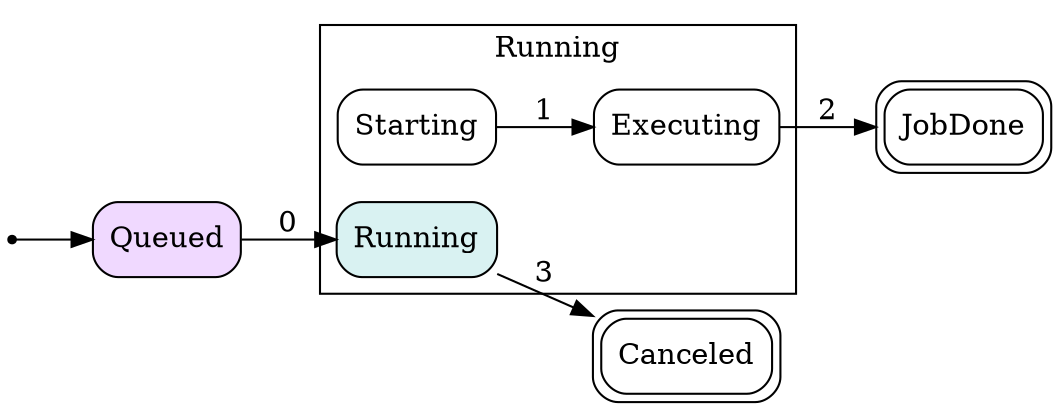
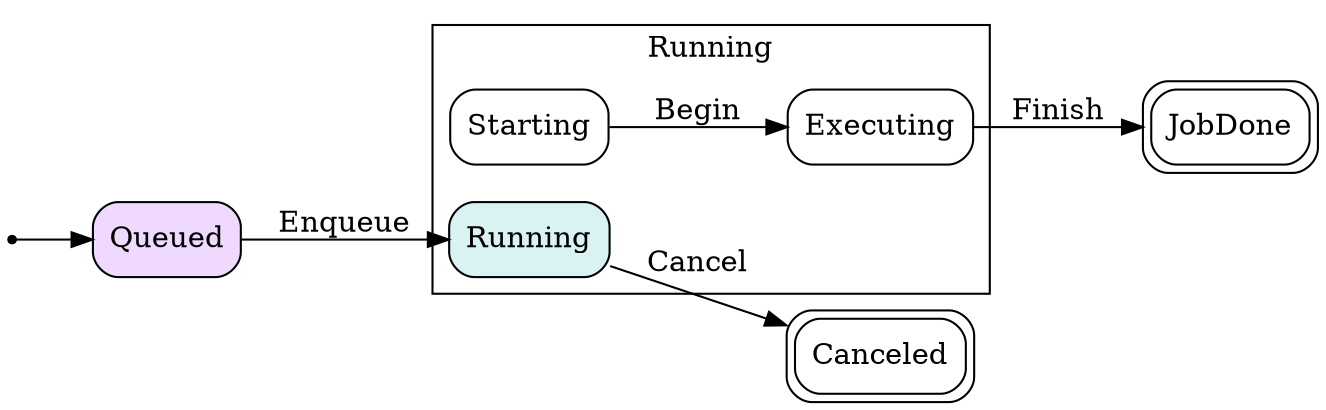
digraph "job" {
    rankdir=LR;
    node [shape=box, style=rounded];
    __start [shape=point];
    __start -> "Queued";
    "Queued" [style="rounded,filled", fillcolor="#f0d9ff"];
    subgraph cluster_0 {
        label="Running";
        "Running" [style="rounded,filled", fillcolor="#d9f2f2"];
        "Starting";
        "Executing";
    }
    "JobDone" [peripheries=2];
    "Canceled" [peripheries=2];
-     "Queued" -> "Running" [label="0"];
-     "Running" -> "Canceled" [label="3"];
-     "Executing" -> "JobDone" [label="2"];
-     "Starting" -> "Executing" [label="1"];
+     "Queued" -> "Running" [label="Enqueue"];
+     "Running" -> "Canceled" [label="Cancel"];
+     "Executing" -> "JobDone" [label="Finish"];
+     "Starting" -> "Executing" [label="Begin"];
}
